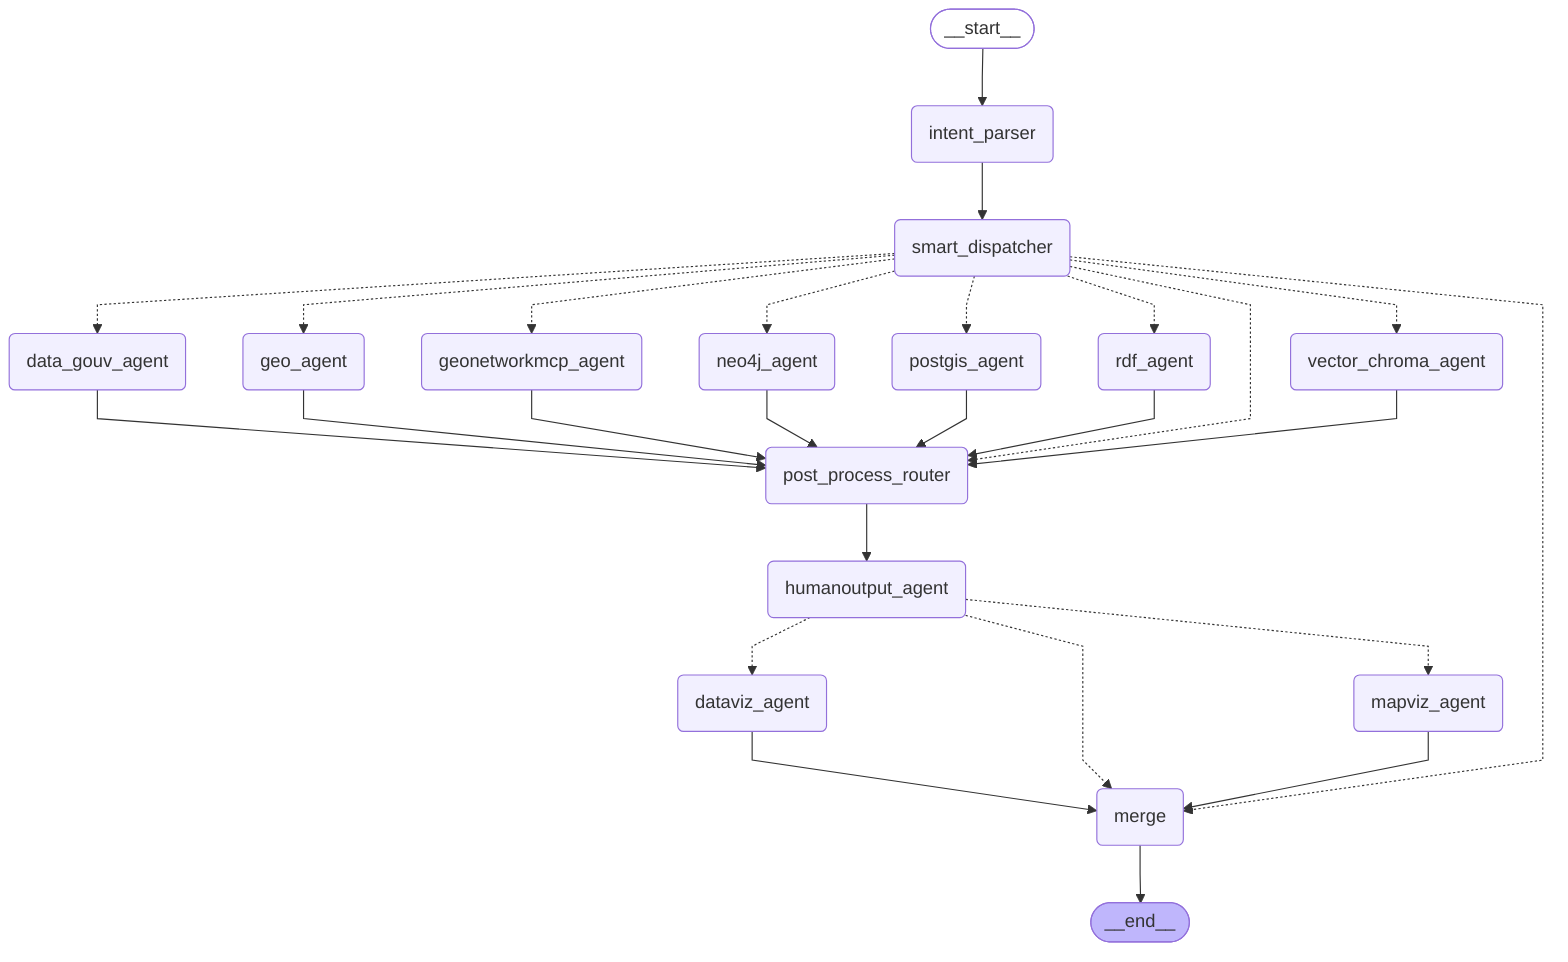
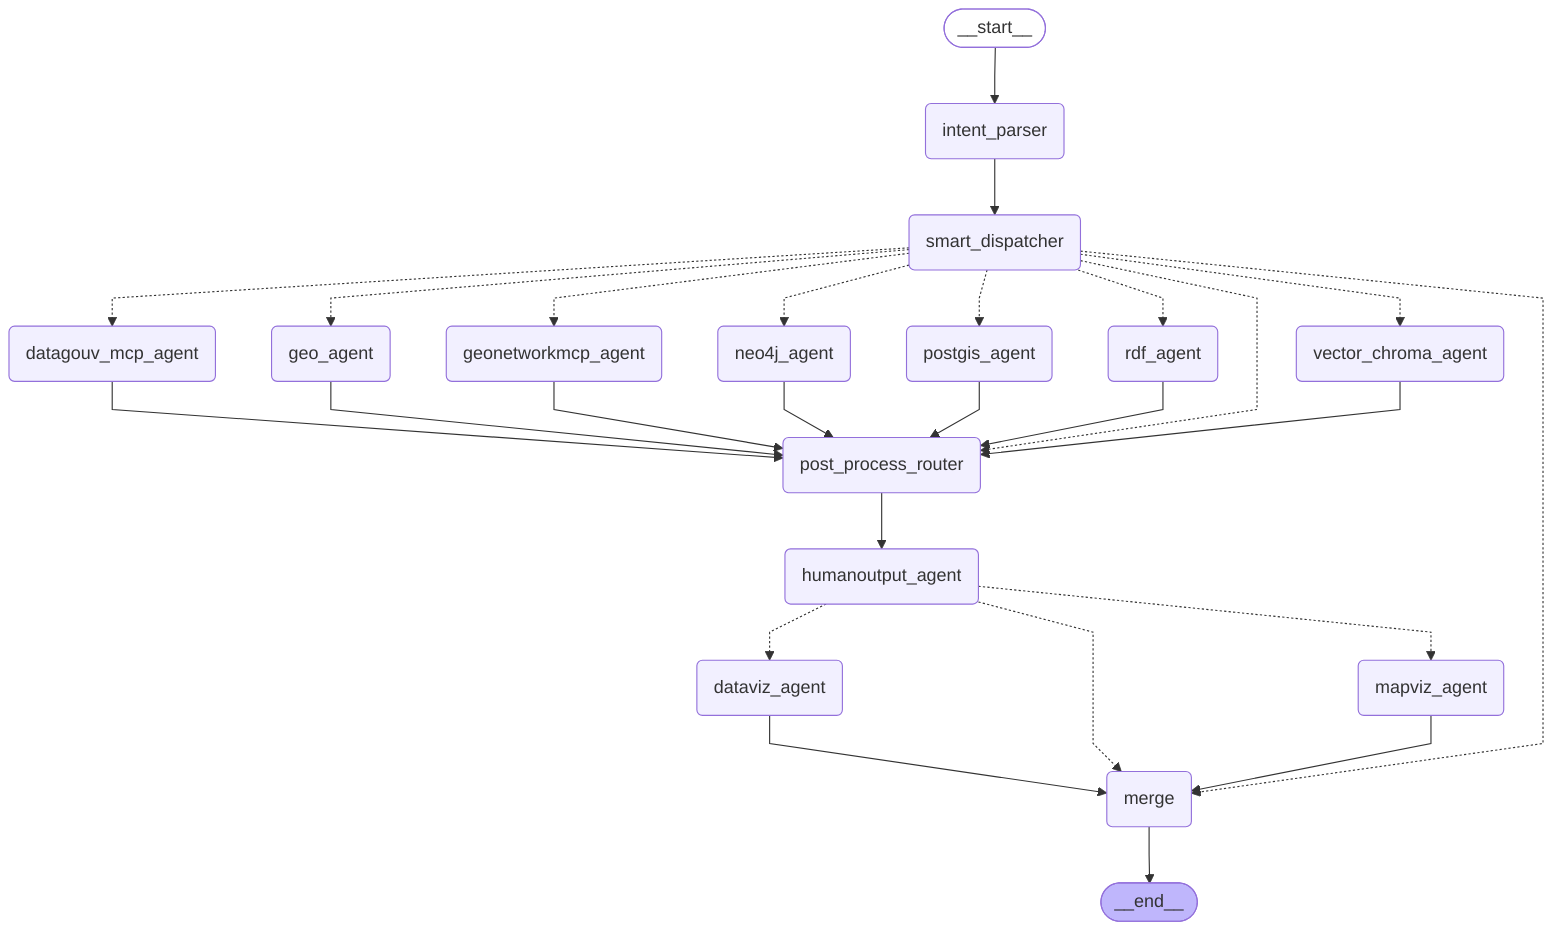
---
config:
  flowchart:
    curve: linear
---
graph TD;
	__start__([<p>__start__</p>]):::first
	merge(merge)
	post_process_router(post_process_router)
	mapviz_agent(mapviz_agent)
	dataviz_agent(dataviz_agent)
	humanoutput_agent(humanoutput_agent)
	neo4j_agent(neo4j_agent)
	rdf_agent(rdf_agent)
	vector_chroma_agent(vector_chroma_agent)
	postgis_agent(postgis_agent)
- 	data_gouv_agent(data_gouv_agent)
+ 	datagouv_mcp_agent(datagouv_mcp_agent)
	geo_agent(geo_agent)
	geonetworkmcp_agent(geonetworkmcp_agent)
	smart_dispatcher(smart_dispatcher)
	intent_parser(intent_parser)
	__end__([<p>__end__</p>]):::last
	__start__ --> intent_parser;
- 	data_gouv_agent --> post_process_router;
+ 	datagouv_mcp_agent --> post_process_router;
	dataviz_agent --> merge;
	geo_agent --> post_process_router;
	geonetworkmcp_agent --> post_process_router;
	humanoutput_agent -.-> dataviz_agent;
	humanoutput_agent -.-> mapviz_agent;
	humanoutput_agent -.-> merge;
	intent_parser --> smart_dispatcher;
	mapviz_agent --> merge;
	neo4j_agent --> post_process_router;
	post_process_router --> humanoutput_agent;
	postgis_agent --> post_process_router;
	rdf_agent --> post_process_router;
- 	smart_dispatcher -.-> data_gouv_agent;
+ 	smart_dispatcher -.-> datagouv_mcp_agent;
	smart_dispatcher -.-> geo_agent;
	smart_dispatcher -.-> geonetworkmcp_agent;
	smart_dispatcher -.-> merge;
	smart_dispatcher -.-> neo4j_agent;
	smart_dispatcher -.-> post_process_router;
	smart_dispatcher -.-> postgis_agent;
	smart_dispatcher -.-> rdf_agent;
	smart_dispatcher -.-> vector_chroma_agent;
	vector_chroma_agent --> post_process_router;
	merge --> __end__;
	classDef default fill:#f2f0ff,line-height:1.2
	classDef first fill-opacity:0
	classDef last fill:#bfb6fc
